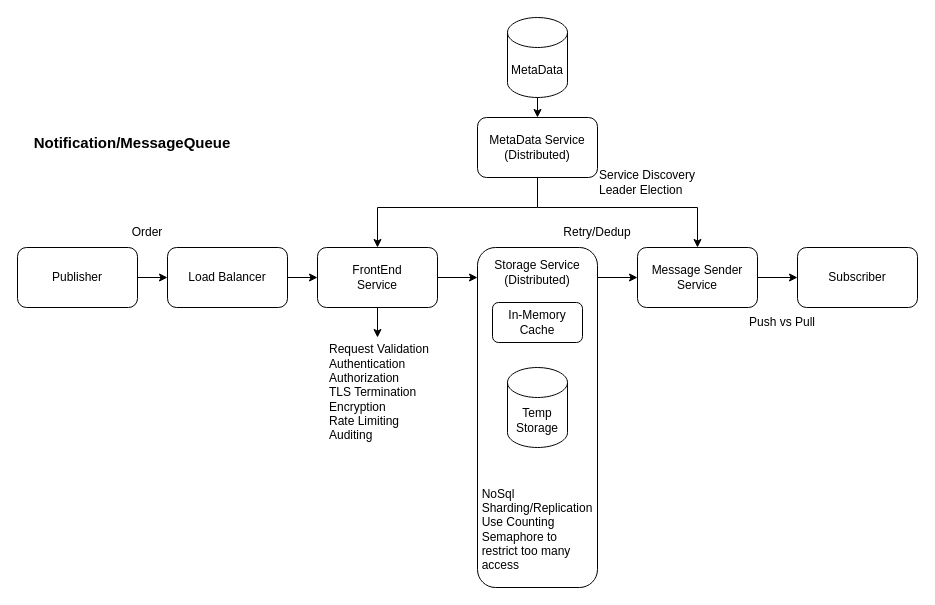
The draw.io diagram Notification_MessageQ.drawio in xwq172677170/SysdDiagram, before the edit. Source tidied: cells renumbered, new cells numbered last; positions are measured from the earlier drawing's top-left corner, leaving out a move shared by most shapes. Both pictures are drawn from the tidied source at 100%, with x=0, y=0 at pixel (17, 17).
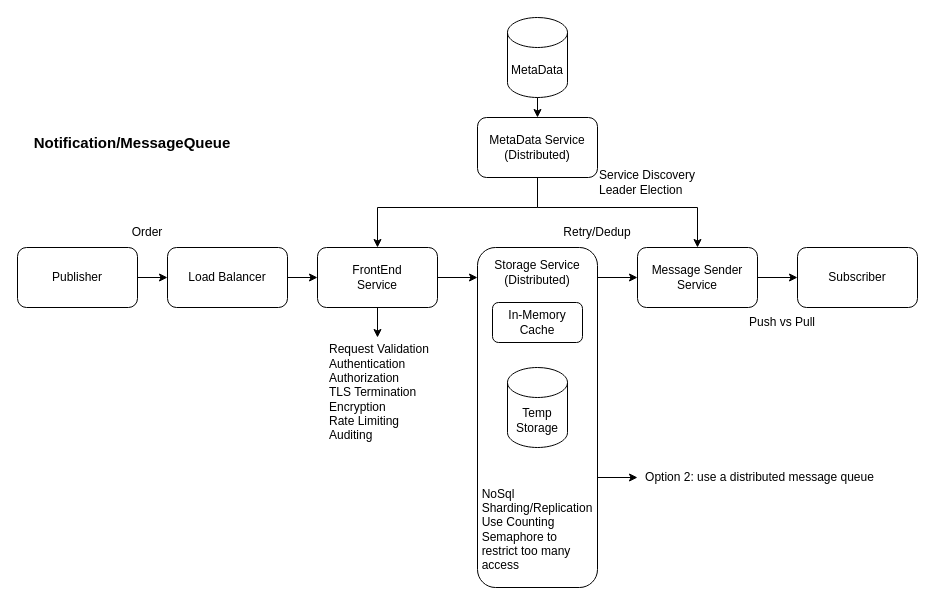
The same page after the edit.

What changed in the source:
```diff
@@
+    <mxCell id="29" value="Option 2: use a distributed message queue" style="text;html=1;strokeColor=none;fillColor=none;align=center;verticalAlign=middle;whiteSpace=wrap;rounded=0;" parent="1" vertex="1">
+      <mxGeometry x="620" y="420" width="245" height="80" as="geometry" />
+    </mxCell>
+    <mxCell id="30" style="endArrow=classic;html=1;rounded=0;entryX=0;entryY=0.5;entryDx=0;entryDy=0;" parent="1" edge="1" target="29">
+      <mxGeometry relative="1" as="geometry">
+        <mxPoint x="580" y="460" as="sourcePoint" />
+      </mxGeometry>
+    </mxCell>
```
